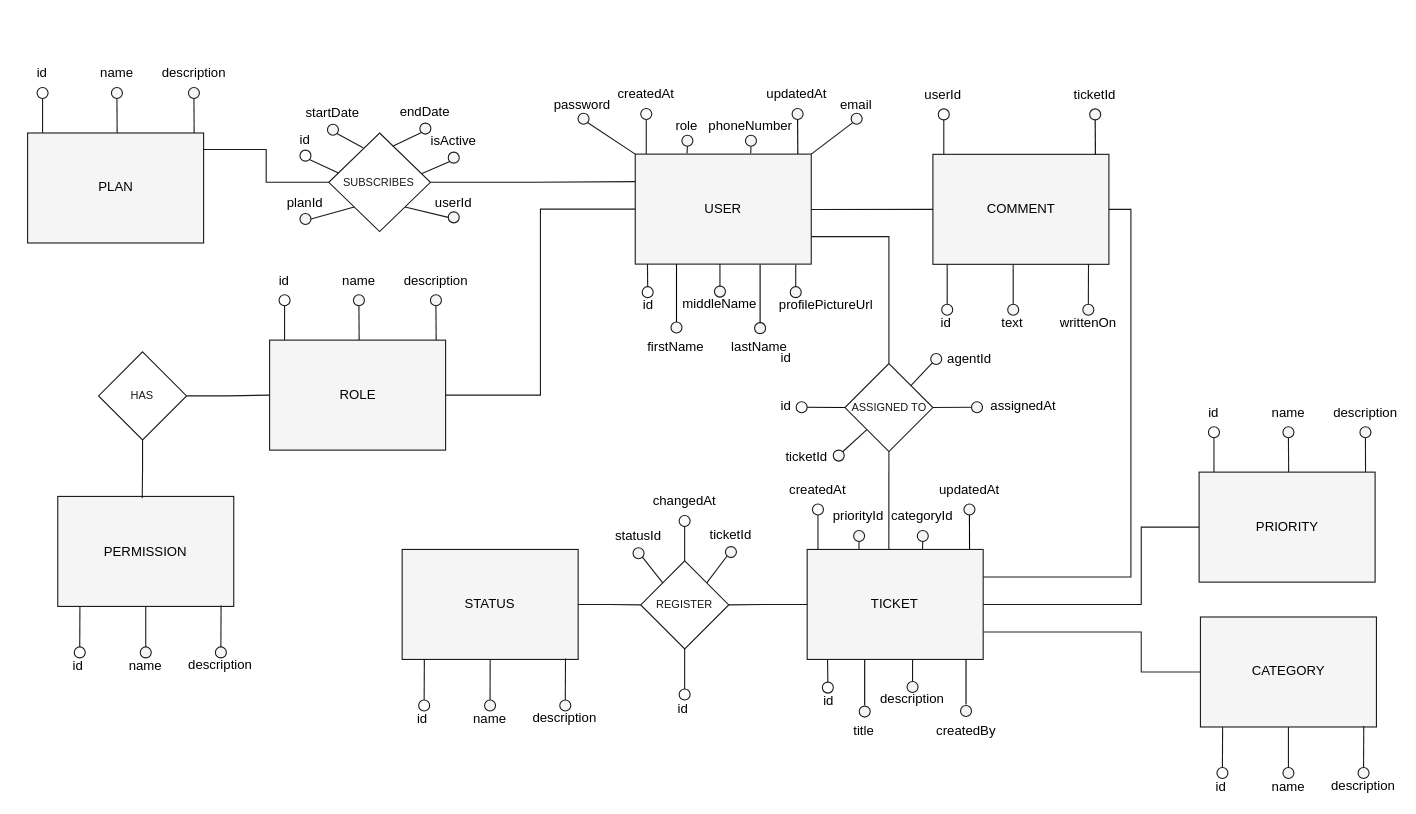
The draw.io diagram Documentation/Diagrams/EntidadRelacion.drawio in eloylozano/deskify, before the edit. Source tidied: cells renumbered, new cells numbered last; positions are measured from the earlier drawing's top-left corner, leaving out a move shared by most shapes. Both pictures are drawn from the tidied source at 110%, with x=0, y=0 at pixel (19, 68).
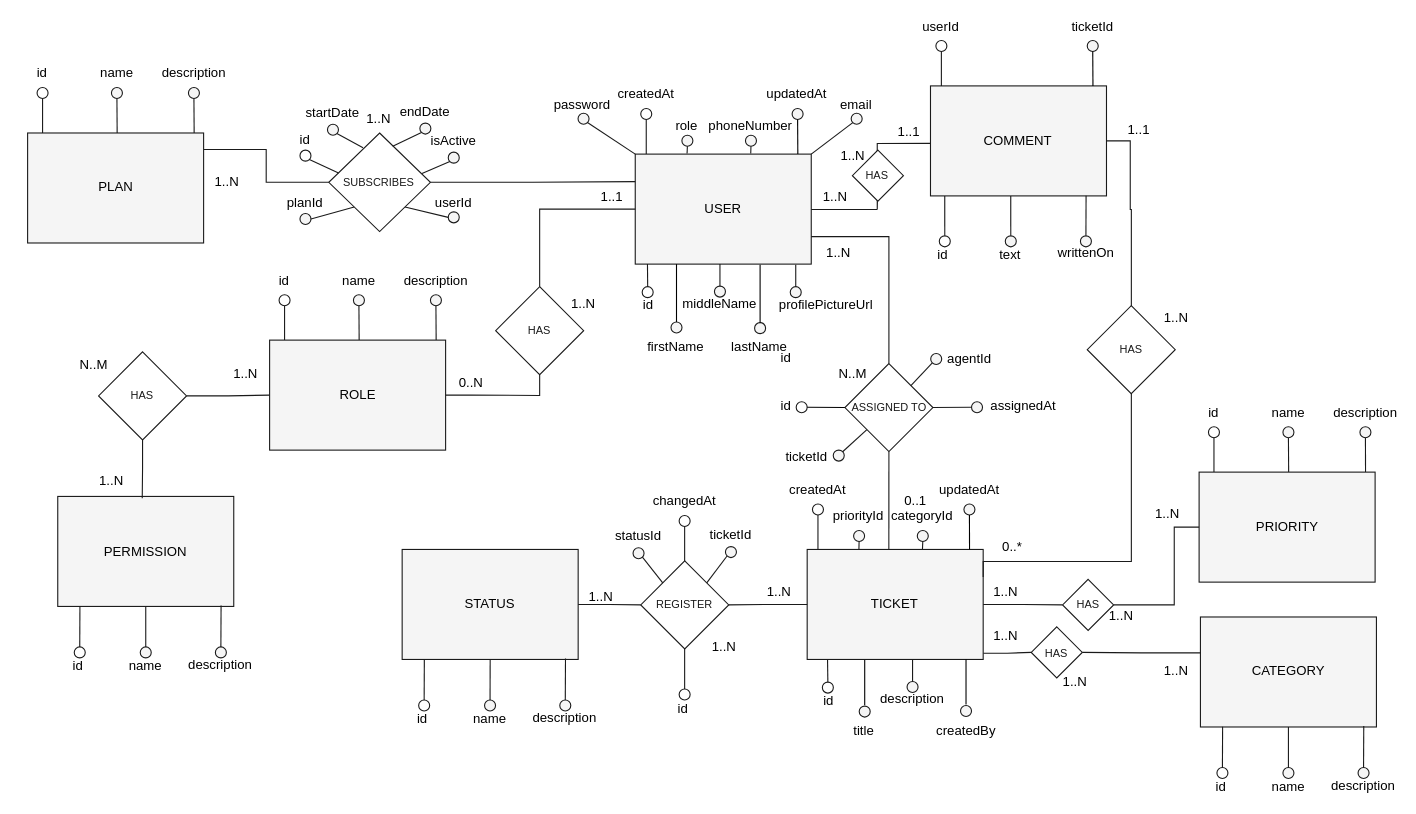
The same diagram, later.

The change refers to these unchanged cells:
```xml
<mxCell id="2" value="CATEGORY" style="rounded=0;whiteSpace=wrap;html=1;fillColor=#f5f5f5;fontColor=#000000;strokeColor=#1A1A1A;align=center;" parent="1" vertex="1">
  <mxGeometry x="1073.8" y="498.4" width="160" height="100" as="geometry" />
</mxCell>
<mxCell id="12" value="PRIORITY" style="rounded=0;whiteSpace=wrap;html=1;fillColor=#f5f5f5;fontColor=#000000;strokeColor=#1A1A1A;align=center;" parent="1" vertex="1">
  <mxGeometry x="1072.6" y="366.7" width="160" height="100" as="geometry" />
</mxCell>
<mxCell id="23" value="TICKET" style="rounded=0;whiteSpace=wrap;html=1;fillColor=#f5f5f5;fontColor=#000000;strokeColor=#1A1A1A;align=center;" parent="1" vertex="1">
  <mxGeometry x="716.3" y="437" width="160" height="100" as="geometry" />
</mxCell>
<mxCell id="34" value="USER" style="rounded=0;whiteSpace=wrap;html=1;fillColor=#f5f5f5;fontColor=#000000;strokeColor=#1A1A1A;align=center;" parent="1" vertex="1">
  <mxGeometry x="560" y="77.6" width="160" height="100" as="geometry" />
</mxCell>
<mxCell id="35" value="ROLE" style="rounded=0;whiteSpace=wrap;html=1;fillColor=#f5f5f5;fontColor=#000000;strokeColor=#1A1A1A;align=center;" parent="1" vertex="1">
  <mxGeometry x="227.6" y="246.7" width="160" height="100" as="geometry" />
</mxCell>
```

Change to the diagram source:
```diff
@@
-    <mxCell id="22" style="edgeStyle=orthogonalEdgeStyle;rounded=0;jettySize=auto;html=1;exitX=1;exitY=0.75;exitDx=0;exitDy=0;entryX=0;entryY=0.5;entryDx=0;entryDy=0;endArrow=none;endFill=0;strokeColor=#292929;" parent="1" edge="1" source="23" target="2">
-      <mxGeometry relative="1" as="geometry">
-        <Array as="points">
-          <mxPoint x="1020" y="512" />
-          <mxPoint x="1020" y="548" />
-        </Array>
-      </mxGeometry>
-    </mxCell>
@@
-    <mxCell id="109" style="edgeStyle=orthogonalEdgeStyle;rounded=0;jettySize=auto;html=1;exitX=1;exitY=0.5;exitDx=0;exitDy=0;entryX=0;entryY=0.5;entryDx=0;entryDy=0;fontColor=#1A1A1A;endArrow=none;endFill=0;strokeColor=#1A1A1A;" parent="1" edge="1" source="23" target="12">
+    <mxCell id="109" style="edgeStyle=orthogonalEdgeStyle;rounded=0;jettySize=auto;html=1;exitX=1;exitY=0.5;exitDx=0;exitDy=0;entryX=0;entryY=0.5;entryDx=0;entryDy=0;fontColor=#1A1A1A;endArrow=none;endFill=0;strokeColor=#1A1A1A;" parent="1" edge="1" source="203" target="12">
       <mxGeometry relative="1" as="geometry">
         <Array as="points">
-          <mxPoint x="1020" y="487" />
-          <mxPoint x="1020" y="417" />
+          <mxPoint x="1050" y="487" />
+          <mxPoint x="1050" y="417" />
         </Array>
       </mxGeometry>
     </mxCell>
@@
-    <mxCell id="129" style="edgeStyle=orthogonalEdgeStyle;rounded=0;jettySize=auto;html=1;entryX=0;entryY=0.5;entryDx=0;entryDy=0;strokeColor=#1A1A1A;endArrow=none;endFill=0;exitX=1;exitY=0.5;exitDx=0;exitDy=0;" parent="1" edge="1" source="35" target="34">
+    <mxCell id="129" style="edgeStyle=orthogonalEdgeStyle;rounded=0;jettySize=auto;html=1;entryX=0;entryY=0.5;entryDx=0;entryDy=0;strokeColor=#1A1A1A;endArrow=none;endFill=0;exitX=0.5;exitY=0;exitDx=0;exitDy=0;" parent="1" edge="1" source="199" target="34">
       <mxGeometry relative="1" as="geometry" />
     </mxCell>
     <mxCell id="130" value="COMMENT" style="rounded=0;whiteSpace=wrap;html=1;fillColor=#f5f5f5;fontColor=#000000;strokeColor=#1A1A1A;align=center;" parent="1" vertex="1">
-      <mxGeometry x="830.6" y="77.8" width="160" height="100" as="geometry" />
+      <mxGeometry x="828.4" y="15.6" width="160" height="100" as="geometry" />
     </mxCell>
     <mxCell id="131" style="ellipse;whiteSpace=wrap;html=1;align=left;strokeColor=#1A1A1A;fillColor=#ffffff;" parent="1" vertex="1">
-      <mxGeometry x="835.5" y="36.5" width="10" height="10" as="geometry" />
+      <mxGeometry x="833.3" y="-25.7" width="10" height="10" as="geometry" />
     </mxCell>
     <mxCell id="132" style="edgeStyle=none;curved=1;rounded=0;jettySize=auto;html=1;endArrow=none;startSize=14;endSize=14;sourcePerimeterSpacing=8;targetPerimeterSpacing=8;strokeColor=#1A1A1A;endFill=0;fontColor=#000000;align=center;entryX=0.5;entryY=0;entryDx=0;entryDy=0;exitX=0.5;exitY=1;exitDx=0;exitDy=0;" parent="1" edge="1" source="131">
       <mxGeometry relative="1" as="geometry">
-        <mxPoint x="840.5" y="77.8" as="targetPoint" />
+        <mxPoint x="838.3" y="15.6" as="targetPoint" />
       </mxGeometry>
     </mxCell>
     <mxCell id="133" value="userId" style="text;strokeColor=none;fillColor=none;html=1;align=center;verticalAlign=middle;whiteSpace=wrap;rounded=0;fontColor=#000000;" parent="1" vertex="1">
-      <mxGeometry x="819.3" y="19.2" width="42.4" height="9.1" as="geometry" />
+      <mxGeometry x="817.1" y="-43" width="42.4" height="9.1" as="geometry" />
     </mxCell>
     <mxCell id="134" style="ellipse;whiteSpace=wrap;html=1;align=left;strokeColor=#1A1A1A;fillColor=#f5f5f5;fontColor=#333333;" parent="1" vertex="1">
-      <mxGeometry x="973.1" y="36.5" width="10" height="10" as="geometry" />
+      <mxGeometry x="970.9" y="-25.7" width="10" height="10" as="geometry" />
     </mxCell>
     <mxCell id="135" style="edgeStyle=none;curved=1;rounded=0;jettySize=auto;html=1;endArrow=none;startSize=14;endSize=14;sourcePerimeterSpacing=8;targetPerimeterSpacing=8;strokeColor=#000000;endFill=0;fontColor=#000000;align=center;entryX=0.148;entryY=0;entryDx=0;entryDy=0;entryPerimeter=0;exitX=0.5;exitY=1;exitDx=0;exitDy=0;" parent="1" edge="1" source="134">
       <mxGeometry relative="1" as="geometry">
-        <mxPoint x="978.3" y="77.8" as="targetPoint" />
+        <mxPoint x="976.1" y="15.6" as="targetPoint" />
       </mxGeometry>
     </mxCell>
     <mxCell id="136" value="ticketId" style="text;strokeColor=none;fillColor=none;html=1;align=center;verticalAlign=middle;whiteSpace=wrap;rounded=0;fontColor=#000000;" parent="1" vertex="1">
-      <mxGeometry x="956.9" y="19.2" width="42.4" height="9.1" as="geometry" />
+      <mxGeometry x="954.7" y="-43" width="42.4" height="9.1" as="geometry" />
     </mxCell>
     <mxCell id="137" style="ellipse;whiteSpace=wrap;html=1;align=left;strokeColor=#1A1A1A;" parent="1" vertex="1">
-      <mxGeometry x="838.6" y="214.1" width="10" height="10" as="geometry" />
+      <mxGeometry x="836.4" y="151.9" width="10" height="10" as="geometry" />
     </mxCell>
@@
     <mxCell id="139" value="id" style="text;strokeColor=none;fillColor=none;html=1;align=left;verticalAlign=middle;whiteSpace=wrap;rounded=0;fontColor=#000000;" parent="1" vertex="1">
-      <mxGeometry x="835.5" y="226.8" width="16.2" height="9.1" as="geometry" />
+      <mxGeometry x="833.3" y="164.6" width="16.2" height="9.1" as="geometry" />
     </mxCell>
     <mxCell id="140" value="text" style="text;strokeColor=none;fillColor=none;html=1;align=center;verticalAlign=middle;whiteSpace=wrap;rounded=0;fontColor=#000000;" parent="1" vertex="1">
-      <mxGeometry x="882.4" y="226.8" width="42.4" height="9.1" as="geometry" />
+      <mxGeometry x="880.2" y="164.6" width="42.4" height="9.1" as="geometry" />
     </mxCell>
     <mxCell id="141" style="ellipse;whiteSpace=wrap;html=1;align=left;strokeColor=#1A1A1A;fillColor=#f5f5f5;fontColor=#333333;" parent="1" vertex="1">
-      <mxGeometry x="898.6" y="214.1" width="10" height="10" as="geometry" />
+      <mxGeometry x="896.4" y="151.9" width="10" height="10" as="geometry" />
     </mxCell>
@@
     <mxCell id="143" value="writtenOn" style="text;strokeColor=none;fillColor=none;html=1;align=center;verticalAlign=middle;whiteSpace=wrap;rounded=0;fontColor=#000000;" parent="1" vertex="1">
-      <mxGeometry x="950.7" y="226" width="42.4" height="9.1" as="geometry" />
+      <mxGeometry x="948.5" y="163.8" width="42.4" height="9.1" as="geometry" />
     </mxCell>
     <mxCell id="144" style="ellipse;whiteSpace=wrap;html=1;align=left;strokeColor=#1A1A1A;fillColor=#f5f5f5;fontColor=#333333;" parent="1" vertex="1">
-      <mxGeometry x="966.9" y="214.1" width="10" height="10" as="geometry" />
+      <mxGeometry x="964.7" y="151.9" width="10" height="10" as="geometry" />
     </mxCell>
@@
-    <mxCell id="146" style="rounded=0;jettySize=auto;html=1;entryX=0;entryY=0.5;entryDx=0;entryDy=0;strokeColor=#1A1A1A;endArrow=none;endFill=0;" parent="1" edge="1" target="130">
+    <mxCell id="146" style="rounded=0;jettySize=auto;html=1;entryX=0;entryY=0.522;entryDx=0;entryDy=0;strokeColor=#1A1A1A;endArrow=none;endFill=0;entryPerimeter=0;" parent="1" edge="1" source="208" target="130">
       <mxGeometry relative="1" as="geometry">
-        <mxPoint x="720" y="128" as="sourcePoint" />
+        <Array as="points">
+          <mxPoint x="780" y="128" />
+          <mxPoint x="780" y="68" />
+        </Array>
       </mxGeometry>
     </mxCell>
@@
     <mxCell id="177" style="edgeStyle=orthogonalEdgeStyle;rounded=0;jettySize=auto;html=1;exitX=1;exitY=0.25;exitDx=0;exitDy=0;entryX=1;entryY=0.5;entryDx=0;entryDy=0;fontColor=#1A1A1A;endArrow=none;endFill=0;strokeColor=#1A1A1A;" parent="1" edge="1" source="23" target="130">
-      <mxGeometry relative="1" as="geometry" />
+      <mxGeometry relative="1" as="geometry">
+        <Array as="points">
+          <mxPoint x="876" y="448" />
+          <mxPoint x="1011" y="448" />
+          <mxPoint x="1011" y="128" />
+          <mxPoint x="1010" y="128" />
+          <mxPoint x="1010" y="66" />
+        </Array>
+      </mxGeometry>
     </mxCell>
@@
+    <mxCell id="197" value="1..N" style="text;strokeColor=none;fillColor=none;html=1;align=center;verticalAlign=middle;whiteSpace=wrap;rounded=0;fontColor=#000000;" parent="1" vertex="1">
+      <mxGeometry x="721.1" y="108" width="42.4" height="18.1" as="geometry" />
+    </mxCell>
+    <mxCell id="198" value="1..1" style="text;strokeColor=none;fillColor=none;html=1;align=center;verticalAlign=middle;whiteSpace=wrap;rounded=0;fontColor=#000000;" parent="1" vertex="1">
+      <mxGeometry x="518" y="108" width="42.4" height="18.1" as="geometry" />
+    </mxCell>
+    <mxCell id="199" value="&lt;font style=&quot;font-size: 10px;&quot; color=&quot;#1a1a1a&quot;&gt;HAS&lt;/font&gt;" style="rhombus;whiteSpace=wrap;html=1;fillColor=#FFFFFF;strokeColor=#1A1A1A;" parent="1" vertex="1">
+      <mxGeometry x="433.1" y="198.1" width="80" height="80" as="geometry" />
+    </mxCell>
+    <mxCell id="200" style="edgeStyle=orthogonalEdgeStyle;rounded=0;jettySize=auto;html=1;entryX=0.5;entryY=1;entryDx=0;entryDy=0;strokeColor=#1A1A1A;endArrow=none;endFill=0;exitX=1;exitY=0.5;exitDx=0;exitDy=0;" parent="1" edge="1" source="35" target="199">
+      <mxGeometry relative="1" as="geometry">
+        <Array as="points">
+          <mxPoint x="410" y="297" />
+          <mxPoint x="473" y="297" />
+        </Array>
+      </mxGeometry>
+    </mxCell>
+    <mxCell id="201" value="&lt;font color=&quot;#1a1a1a&quot;&gt;&lt;span style=&quot;font-size: 10px;&quot;&gt;HAS&lt;/span&gt;&lt;/font&gt;" style="rhombus;whiteSpace=wrap;html=1;fillColor=#FFFFFF;strokeColor=#1A1A1A;" parent="1" vertex="1">
+      <mxGeometry x="970.9" y="215.4" width="80" height="80" as="geometry" />
+    </mxCell>
+    <mxCell id="202" style="edgeStyle=orthogonalEdgeStyle;rounded=0;jettySize=auto;html=1;exitX=1;exitY=0.5;exitDx=0;exitDy=0;entryX=0;entryY=0.5;entryDx=0;entryDy=0;fontColor=#1A1A1A;endArrow=none;endFill=0;strokeColor=#1A1A1A;" parent="1" edge="1" source="23" target="203">
+      <mxGeometry relative="1" as="geometry" />
+    </mxCell>
+    <mxCell id="203" value="&lt;font color=&quot;#1a1a1a&quot;&gt;&lt;span style=&quot;font-size: 10px;&quot;&gt;HAS&lt;/span&gt;&lt;/font&gt;" style="rhombus;whiteSpace=wrap;html=1;fillColor=#FFFFFF;strokeColor=#1A1A1A;" parent="1" vertex="1">
+      <mxGeometry x="948.5" y="464.2" width="46.4" height="46.4" as="geometry" />
+    </mxCell>
+    <mxCell id="204" value="&lt;font color=&quot;#1a1a1a&quot;&gt;&lt;span style=&quot;font-size: 10px;&quot;&gt;HAS&lt;/span&gt;&lt;/font&gt;" style="rhombus;whiteSpace=wrap;html=1;fillColor=#FFFFFF;strokeColor=#1A1A1A;" parent="1" vertex="1">
+      <mxGeometry x="920" y="507.4" width="46.4" height="46.4" as="geometry" />
+    </mxCell>
+    <mxCell id="205" style="edgeStyle=orthogonalEdgeStyle;rounded=0;jettySize=auto;html=1;exitX=1.001;exitY=0.943;exitDx=0;exitDy=0;entryX=0;entryY=0.5;entryDx=0;entryDy=0;fontColor=#1A1A1A;endArrow=none;endFill=0;strokeColor=#1A1A1A;exitPerimeter=0;" parent="1" edge="1" source="23" target="204">
+      <mxGeometry relative="1" as="geometry" />
+    </mxCell>
+    <mxCell id="206" style="edgeStyle=orthogonalEdgeStyle;rounded=0;jettySize=auto;html=1;exitX=0.003;exitY=0.326;exitDx=0;exitDy=0;entryX=1;entryY=0.5;entryDx=0;entryDy=0;fontColor=#1A1A1A;endArrow=none;endFill=0;strokeColor=#1A1A1A;exitPerimeter=0;" parent="1" edge="1" source="2" target="204">
+      <mxGeometry relative="1" as="geometry" />
+    </mxCell>
+    <mxCell id="207" style="rounded=0;orthogonalLoop=1;jettySize=auto;html=1;strokeColor=#1A1A1A;endArrow=none;endFill=0;" parent="1" edge="1">
+      <mxGeometry relative="1" as="geometry">
+        <mxPoint x="720" y="128" as="sourcePoint" />
+        <mxPoint x="780" y="128" as="targetPoint" />
+      </mxGeometry>
+    </mxCell>
+    <mxCell id="208" value="&lt;font color=&quot;#1a1a1a&quot;&gt;&lt;span style=&quot;font-size: 10px;&quot;&gt;HAS&lt;/span&gt;&lt;/font&gt;" style="rhombus;whiteSpace=wrap;html=1;fillColor=#FFFFFF;strokeColor=#1A1A1A;" parent="1" vertex="1">
+      <mxGeometry x="757.4" y="74" width="46.4" height="46.4" as="geometry" />
+    </mxCell>
+    <mxCell id="209" value="1..1" style="text;strokeColor=none;fillColor=none;html=1;align=center;verticalAlign=middle;whiteSpace=wrap;rounded=0;fontColor=#000000;" parent="1" vertex="1">
+      <mxGeometry x="788.2" y="49.4" width="42.4" height="18.1" as="geometry" />
+    </mxCell>
+    <mxCell id="210" value="1..N" style="text;strokeColor=none;fillColor=none;html=1;align=center;verticalAlign=middle;whiteSpace=wrap;rounded=0;fontColor=#000000;" parent="1" vertex="1">
+      <mxGeometry x="737" y="70" width="42.4" height="18.1" as="geometry" />
+    </mxCell>
+    <mxCell id="211" value="0..N" style="text;strokeColor=none;fillColor=none;html=1;align=center;verticalAlign=middle;whiteSpace=wrap;rounded=0;fontColor=#000000;" parent="1" vertex="1">
+      <mxGeometry x="390.4" y="277.2" width="42.4" height="18.1" as="geometry" />
+    </mxCell>
+    <mxCell id="212" value="1..N" style="text;strokeColor=none;fillColor=none;html=1;align=center;verticalAlign=middle;whiteSpace=wrap;rounded=0;fontColor=#000000;" parent="1" vertex="1">
+      <mxGeometry x="670.2" y="466.7" width="42.4" height="18.1" as="geometry" />
+    </mxCell>
+    <mxCell id="213" value="1..N" style="text;strokeColor=none;fillColor=none;html=1;align=center;verticalAlign=middle;whiteSpace=wrap;rounded=0;fontColor=#000000;" parent="1" vertex="1">
+      <mxGeometry x="508.1" y="470.6" width="42.4" height="18.1" as="geometry" />
+    </mxCell>
+    <mxCell id="214" value="1..N" style="text;strokeColor=none;fillColor=none;html=1;align=center;verticalAlign=middle;whiteSpace=wrap;rounded=0;fontColor=#000000;" parent="1" vertex="1">
+      <mxGeometry x="619.9" y="517.4" width="42.4" height="18.1" as="geometry" />
+    </mxCell>
+    <mxCell id="215" value="1..N" style="text;strokeColor=none;fillColor=none;html=1;align=center;verticalAlign=middle;whiteSpace=wrap;rounded=0;fontColor=#000000;" parent="1" vertex="1">
+      <mxGeometry x="1022.6" y="395.7" width="42.4" height="18.1" as="geometry" />
+    </mxCell>
+    <mxCell id="216" value="1..N" style="text;strokeColor=none;fillColor=none;html=1;align=center;verticalAlign=middle;whiteSpace=wrap;rounded=0;fontColor=#000000;" parent="1" vertex="1">
+      <mxGeometry x="875.7" y="466.7" width="42.4" height="18.1" as="geometry" />
+    </mxCell>
+    <mxCell id="217" value="1..N" style="text;strokeColor=none;fillColor=none;html=1;align=center;verticalAlign=middle;whiteSpace=wrap;rounded=0;fontColor=#000000;" parent="1" vertex="1">
+      <mxGeometry x="980.9" y="489.2" width="42.4" height="18.1" as="geometry" />
+    </mxCell>
+    <mxCell id="218" value="1..N" style="text;strokeColor=none;fillColor=none;html=1;align=center;verticalAlign=middle;whiteSpace=wrap;rounded=0;fontColor=#000000;" parent="1" vertex="1">
+      <mxGeometry x="1031.4" y="539.4" width="42.4" height="18.1" as="geometry" />
+    </mxCell>
+    <mxCell id="219" value="1..N" style="text;strokeColor=none;fillColor=none;html=1;align=center;verticalAlign=middle;whiteSpace=wrap;rounded=0;fontColor=#000000;" parent="1" vertex="1">
+      <mxGeometry x="875.7" y="507.4" width="42.4" height="18.1" as="geometry" />
+    </mxCell>
+    <mxCell id="220" value="1..N" style="text;strokeColor=none;fillColor=none;html=1;align=center;verticalAlign=middle;whiteSpace=wrap;rounded=0;fontColor=#000000;" parent="1" vertex="1">
+      <mxGeometry x="938.5" y="549.4" width="42.4" height="18.1" as="geometry" />
+    </mxCell>
+    <mxCell id="221" value="0..*" style="text;strokeColor=none;fillColor=none;html=1;align=center;verticalAlign=middle;whiteSpace=wrap;rounded=0;fontColor=#000000;" parent="1" vertex="1">
+      <mxGeometry x="881.9" y="426.2" width="42.4" height="18.1" as="geometry" />
+    </mxCell>
+    <mxCell id="222" value="1..N" style="text;strokeColor=none;fillColor=none;html=1;align=center;verticalAlign=middle;whiteSpace=wrap;rounded=0;fontColor=#000000;" parent="1" vertex="1">
+      <mxGeometry x="1031.4" y="218.4" width="42.4" height="18.1" as="geometry" />
+    </mxCell>
+    <mxCell id="223" value="1..1" style="text;strokeColor=none;fillColor=none;html=1;align=center;verticalAlign=middle;whiteSpace=wrap;rounded=0;fontColor=#000000;" parent="1" vertex="1">
+      <mxGeometry x="997.1" y="47.1" width="42.4" height="18.1" as="geometry" />
+    </mxCell>
+    <mxCell id="224" value="1..N" style="text;strokeColor=none;fillColor=none;html=1;align=center;verticalAlign=middle;whiteSpace=wrap;rounded=0;fontColor=#000000;" parent="1" vertex="1">
+      <mxGeometry x="723.9" y="159.4" width="42.4" height="18.1" as="geometry" />
+    </mxCell>
+    <mxCell id="225" value="0..1" style="text;strokeColor=none;fillColor=none;html=1;align=center;verticalAlign=middle;whiteSpace=wrap;rounded=0;fontColor=#000000;" parent="1" vertex="1">
+      <mxGeometry x="794" y="384.2" width="42.4" height="18.1" as="geometry" />
+    </mxCell>
+    <mxCell id="226" value="N..M" style="text;strokeColor=none;fillColor=none;html=1;align=center;verticalAlign=middle;whiteSpace=wrap;rounded=0;fontColor=#000000;" parent="1" vertex="1">
+      <mxGeometry x="737" y="268.9" width="42.4" height="18.1" as="geometry" />
+    </mxCell>
+    <mxCell id="227" value="1..N" style="text;strokeColor=none;fillColor=none;html=1;align=center;verticalAlign=middle;whiteSpace=wrap;rounded=0;fontColor=#000000;" parent="1" vertex="1">
+      <mxGeometry x="167.6" y="94.2" width="42.4" height="18.1" as="geometry" />
+    </mxCell>
+    <mxCell id="228" value="1..N" style="text;strokeColor=none;fillColor=none;html=1;align=center;verticalAlign=middle;whiteSpace=wrap;rounded=0;fontColor=#000000;" parent="1" vertex="1">
+      <mxGeometry x="185.2" y="268.9" width="42.4" height="18.1" as="geometry" />
+    </mxCell>
+    <mxCell id="229" value="1..N" style="text;strokeColor=none;fillColor=none;html=1;align=center;verticalAlign=middle;whiteSpace=wrap;rounded=0;fontColor=#000000;" parent="1" vertex="1">
+      <mxGeometry x="63.1" y="366.1" width="42.4" height="18.1" as="geometry" />
+    </mxCell>
+    <mxCell id="230" value="N..M" style="text;strokeColor=none;fillColor=none;html=1;align=center;verticalAlign=middle;whiteSpace=wrap;rounded=0;fontColor=#000000;" parent="1" vertex="1">
+      <mxGeometry x="46.9" y="260" width="42.4" height="18.1" as="geometry" />
+    </mxCell>
+    <mxCell id="231" value="1..N" style="text;strokeColor=none;fillColor=none;html=1;align=center;verticalAlign=middle;whiteSpace=wrap;rounded=0;fontColor=#000000;" parent="1" vertex="1">
+      <mxGeometry x="491.9" y="204.5" width="42.4" height="18.1" as="geometry" />
+    </mxCell>
+    <mxCell id="232" value="1..N" style="text;strokeColor=none;fillColor=none;html=1;align=center;verticalAlign=middle;whiteSpace=wrap;rounded=0;fontColor=#000000;" parent="1" vertex="1">
+      <mxGeometry x="306.4" y="37.4" width="42.4" height="18.1" as="geometry" />
+    </mxCell>
```
